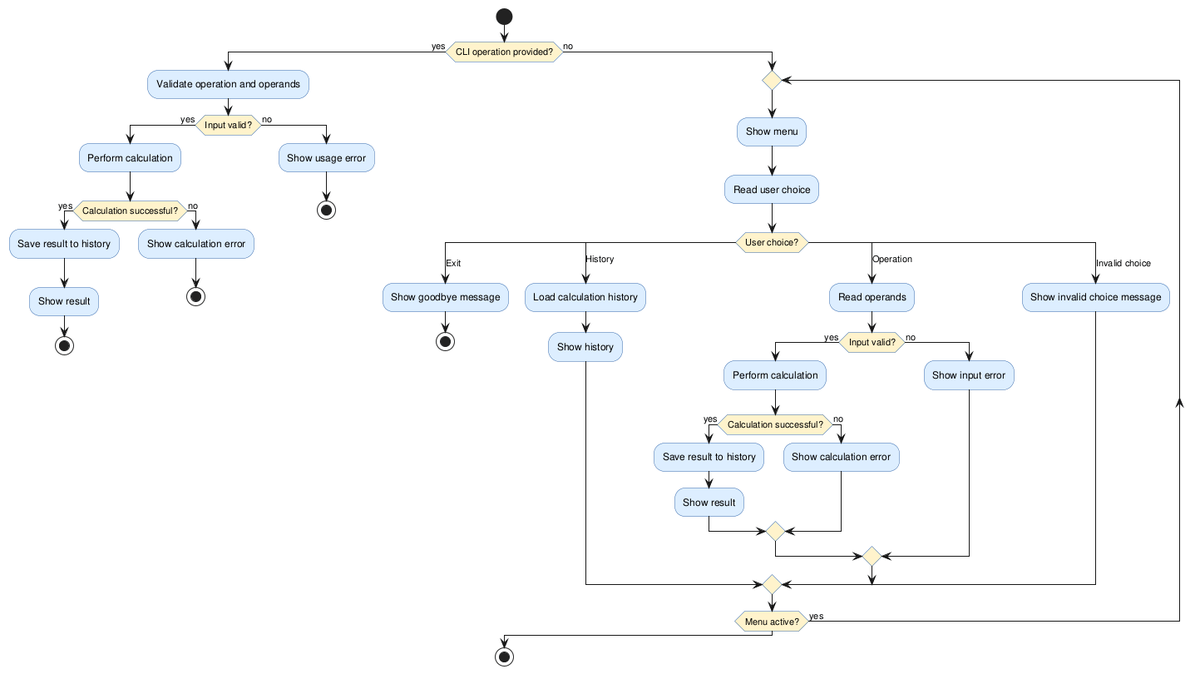
Above: experiments/pipeline/structured_text/calculator/artifacts/activity_diagram.png in DanielRiha8906/Software_autoevolution_using_agents (PlantUML), before the change.
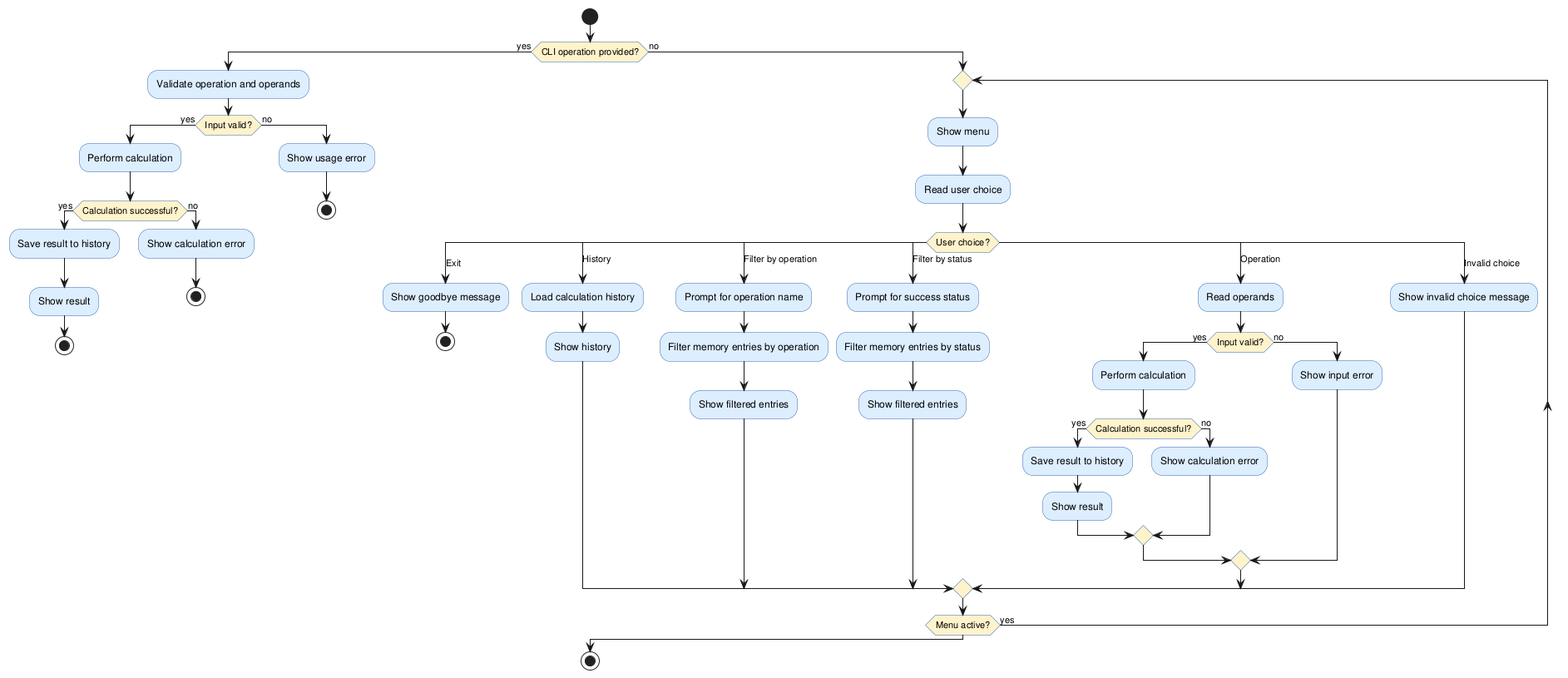
After the commit.

The edit, as a diff of the source:
```diff
@@ -43,6 +43,16 @@
         :Load calculation history;
         :Show history;
 
+      case (Filter by operation)
+        :Prompt for operation name;
+        :Filter memory entries by operation;
+        :Show filtered entries;
+
+      case (Filter by status)
+        :Prompt for success status;
+        :Filter memory entries by status;
+        :Show filtered entries;
+
       case (Operation)
         :Read operands;
 
```
